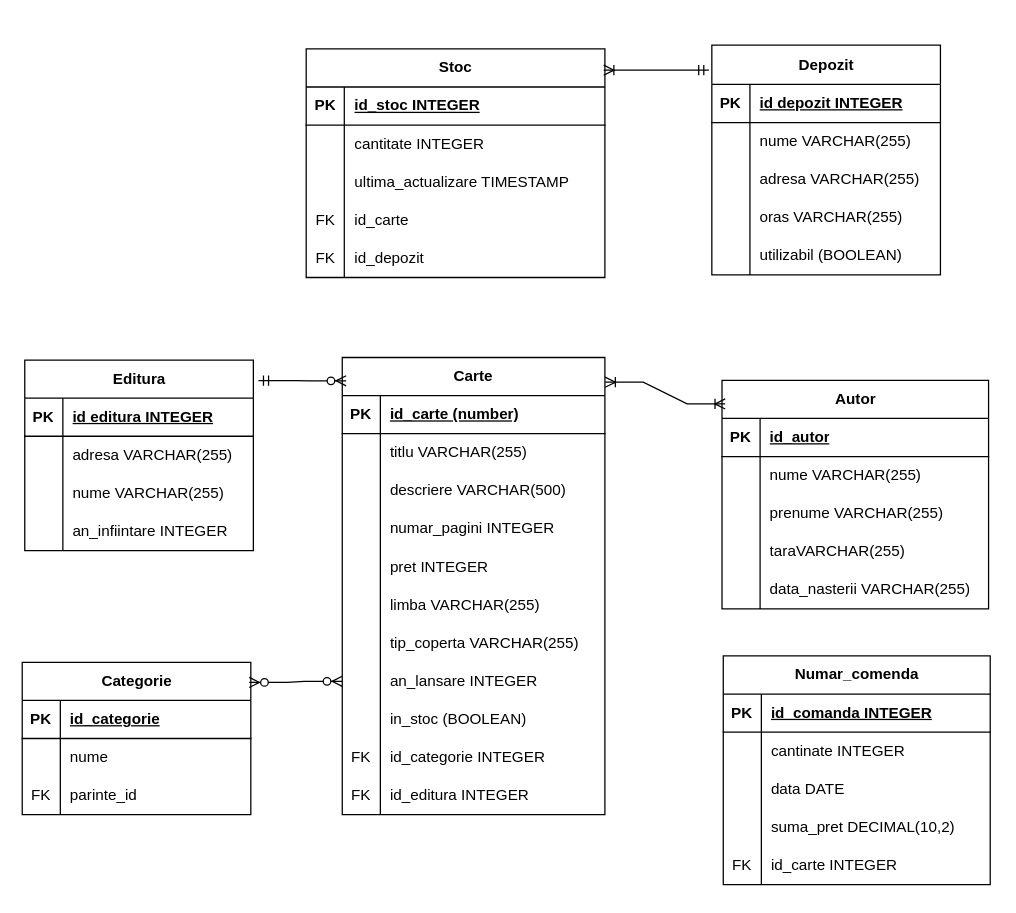
Above: Untitled Diagram.drawio in CiprianVlad/facultate (draw.io), before the change. Source tidied: cells renumbered, new cells numbered last; positions are measured from the earlier drawing's top-left corner, leaving out a move shared by most shapes. Both pictures are drawn from the tidied source at 127%, with x=0, y=0 at pixel (22, 44).
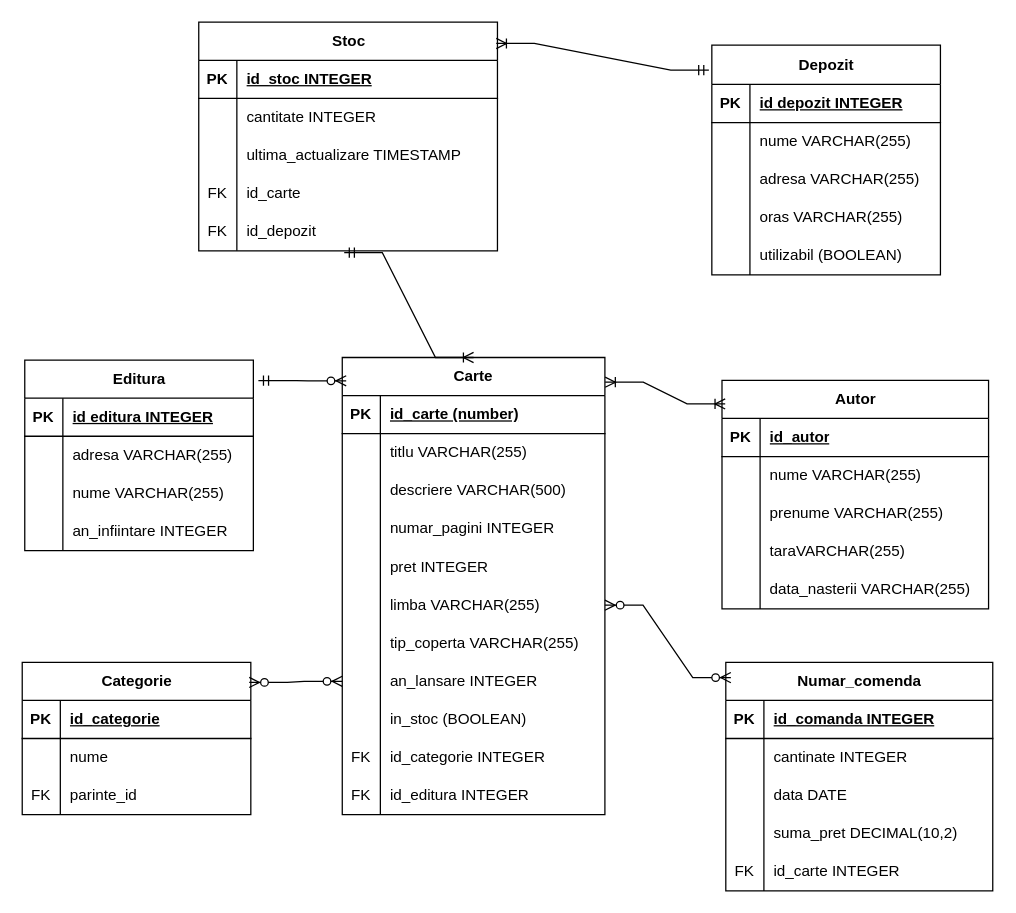
The same page after the edit.

Unchanged cells that the change refers to:
```xml
<mxCell id="2" value="Carte" style="shape=table;startSize=30;childLayout=tableLayout;rowLines=0;fontStyle=1;align=center;html=1;" parent="1" vertex="1">
  <mxGeometry x="252" y="246" width="206.8" height="360" as="geometry" />
</mxCell>
<mxCell id="18" style="shape=tableRow;horizontal=0;startSize=0;swimlaneHead=0;swimlaneBody=0;fillColor=none;points=[[0,0.5],[1,0.5]];portConstraint=eastwest;top=0;left=0;right=0;bottom=0;" parent="2" vertex="1">
  <mxGeometry y="180" width="206.8" height="30" as="geometry" />
</mxCell>
<mxCell id="49" style="shape=tableRow;horizontal=0;startSize=0;swimlaneHead=0;swimlaneBody=0;fillColor=none;points=[[0,0.5],[1,0.5]];portConstraint=eastwest;top=0;left=0;right=0;bottom=0;" parent="36" vertex="1">
  <mxGeometry y="150" width="235.2" height="30" as="geometry" />
</mxCell>
```

Change to the diagram source:
```diff
@@
     <mxCell id="36" value="Stoc" style="shape=table;startSize=30;childLayout=tableLayout;rowLines=0;fontStyle=1;align=center;html=1;" parent="1" vertex="1">
-      <mxGeometry x="223.6" y="3" width="235.2" height="180" as="geometry" />
+      <mxGeometry x="139" y="-18" width="235.2" height="180" as="geometry" />
     </mxCell>
@@
     <mxCell id="111" value="Numar_comenda" style="shape=table;startSize=30;childLayout=tableLayout;rowLines=0;fontStyle=1;align=center;html=1;" parent="1" vertex="1">
-      <mxGeometry x="552" y="481" width="210.2" height="180" as="geometry" />
+      <mxGeometry x="554" y="486" width="210.2" height="180" as="geometry" />
     </mxCell>
@@
+    <mxCell id="127" style="edgeStyle=entityRelationEdgeStyle;fontSize=12;html=1;endArrow=ERzeroToMany;endFill=1;startArrow=ERzeroToMany;rounded=0;exitX=1;exitY=0.5;exitDx=0;exitDy=0;entryX=0.019;entryY=0.067;entryDx=0;entryDy=0;entryPerimeter=0;" parent="1" edge="1" source="18" target="111">
+      <mxGeometry relative="1" as="geometry" />
+    </mxCell>
+    <mxCell id="128" style="edgeStyle=entityRelationEdgeStyle;fontSize=12;html=1;endArrow=ERoneToMany;startArrow=ERmandOne;rounded=0;exitX=0.487;exitY=1.047;exitDx=0;exitDy=0;exitPerimeter=0;entryX=0.5;entryY=0;entryDx=0;entryDy=0;" parent="1" edge="1" source="49" target="2">
+      <mxGeometry relative="1" as="geometry" />
+    </mxCell>
```
